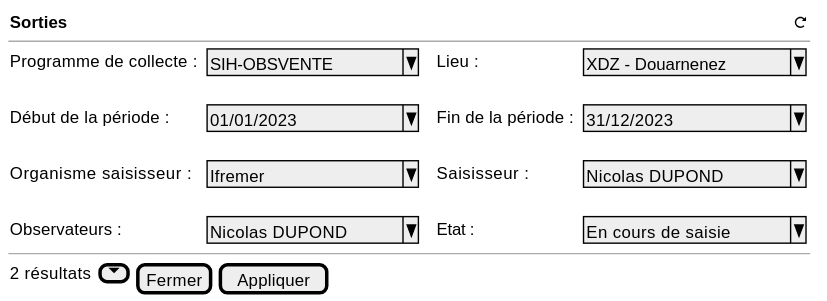
Earlier version of the PlantUML export projects/obsvente/spe/images/observed-location-table-filters.svg (sumaris-net/sumaris-doc).
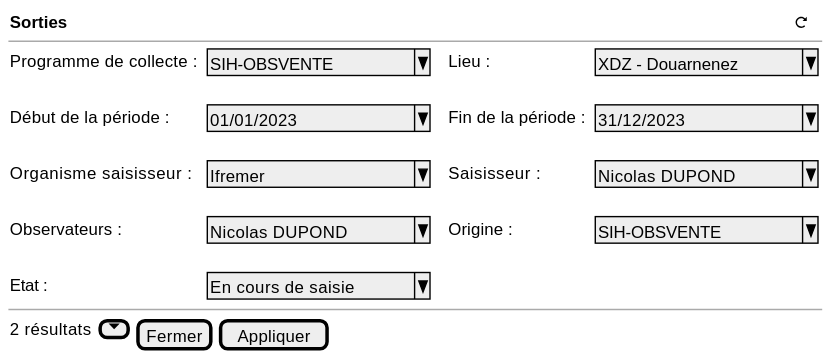
The same diagram one commit later.

The edit, as a diff of the source:
```diff
@@ -5,14 +5,15 @@
    --
 
     {
-        Programme de collecte : | . | ^ SIH-OBSVENTE    ^ | . | . | Lieu : | . | ^ XDZ - Douarnenez ^
+        Programme de collecte : | . | ^ SIH-OBSVENTE     ^ | . | . | Lieu : | . | ^ XDZ - Douarnenez ^
         .
-        Début de la période : | . | ^01/01/2023       ^ | . | . | Fin de la période : | . | ^31/12/2023        ^
+        Début de la période : | . | ^01/01/2023        ^ | . | . | Fin de la période : | . | ^31/12/2023        ^
         .
-        Organisme saisisseur :   | . | ^ Ifremer         ^ |  . | . | Saisisseur :   | . | ^ Nicolas DUPOND   ^
+        Organisme saisisseur :   | . | ^ Ifremer          ^ |  . | . | Saisisseur :   | . | ^ Nicolas DUPOND   ^
         .
-        Observateurs : | . | ^ Nicolas DUPOND  ^ |  . | . | Etat :   | . | ^En cours de saisie^
-
+        Observateurs : | . | ^ Nicolas DUPOND   ^ |  . | . | Origine :   | . | ^SIH-OBSVENTE      ^
+        .
+        Etat :   | . | ^En cours de saisie^
     }
 
   --
```
